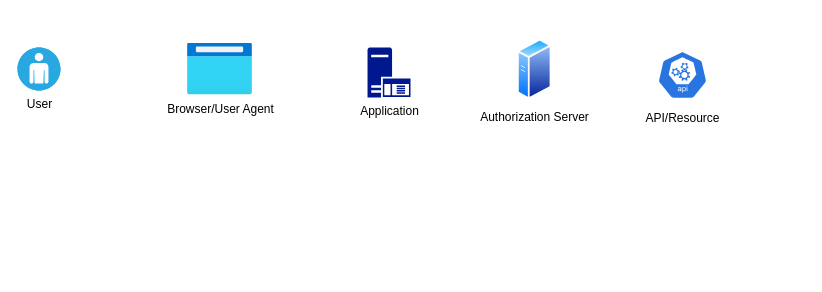
Above: OAuthServerSide.drawio in ccristian/diagrams (draw.io), before the change. Source tidied: cells renumbered, new cells numbered last; positions are measured from the earlier drawing's top-left corner, leaving out a move shared by most shapes. Both pictures are drawn from the tidied source at 100%, with x=0, y=0 at pixel (17, 38).
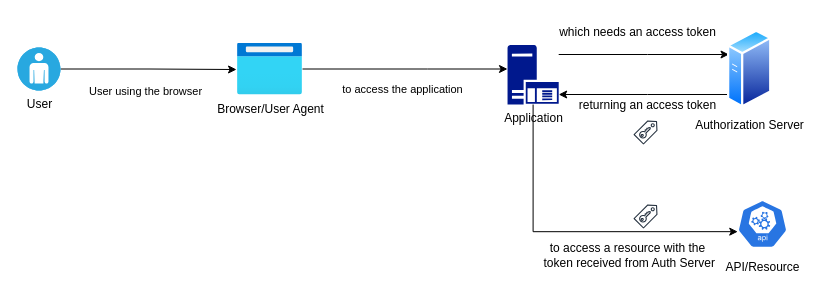
The same diagram, later.

Unchanged cells that the change refers to:
```xml
<mxCell id="3" value="User" style="fillColor=#28A8E0;verticalLabelPosition=bottom;sketch=0;html=1;strokeColor=#ffffff;verticalAlign=top;align=center;points=[[0.145,0.145,0],[0.5,0,0],[0.855,0.145,0],[1,0.5,0],[0.855,0.855,0],[0.5,1,0],[0.145,0.855,0],[0,0.5,0]];shape=mxgraph.cisco_safe.compositeIcon;bgIcon=ellipse;resIcon=mxgraph.cisco_safe.capability.user;" parent="1" vertex="1">
  <mxGeometry y="9" width="43" height="43" as="geometry" />
</mxCell>
```

The edit, as a diff of the source:
```diff
@@
+    <mxCell id="7" value="to access the application" style="edgeStyle=orthogonalEdgeStyle;rounded=0;jettySize=auto;html=1;" parent="1" edge="1" source="2" target="4">
+      <mxGeometry x="-0.02" y="-20" relative="1" as="geometry">
+        <Array as="points">
+          <mxPoint x="410" y="31" />
+          <mxPoint x="410" y="31" />
+        </Array>
+      </mxGeometry>
+    </mxCell>
     <mxCell id="2" value="Browser/User Agent" style="html=1;points=[];align=center;image;fontSize=12;image=img/lib/azure2/general/Browser.svg;" parent="1" vertex="1">
-      <mxGeometry x="170" y="4.5" width="65" height="52" as="geometry" />
+      <mxGeometry x="220" y="4.5" width="65" height="52" as="geometry" />
     </mxCell>
+    <mxCell id="8" style="edgeStyle=orthogonalEdgeStyle;rounded=0;jettySize=auto;html=1;entryX=-0.015;entryY=0.51;entryDx=0;entryDy=0;entryPerimeter=0;" parent="1" edge="1" source="3" target="2">
+      <mxGeometry relative="1" as="geometry" />
+    </mxCell>
+    <mxCell id="9" value="User using the browser" style="edgeLabel;html=1;align=center;verticalAlign=middle;" parent="8" vertex="1">
+      <mxGeometry x="-0.48" y="3" relative="1" as="geometry">
+        <mxPoint x="38" y="25" as="offset" />
+      </mxGeometry>
+    </mxCell>
@@
+    <mxCell id="10" style="edgeStyle=orthogonalEdgeStyle;rounded=0;jettySize=auto;html=1;" parent="1" edge="1" source="4" target="5">
+      <mxGeometry relative="1" as="geometry">
+        <Array as="points">
+          <mxPoint x="630" y="16" />
+          <mxPoint x="630" y="16" />
+        </Array>
+      </mxGeometry>
+    </mxCell>
+    <mxCell id="11" style="edgeStyle=orthogonalEdgeStyle;rounded=0;jettySize=auto;html=1;entryX=0.005;entryY=0.63;entryDx=0;entryDy=0;entryPerimeter=0;" parent="1" edge="1" source="4" target="6">
+      <mxGeometry relative="1" as="geometry">
+        <Array as="points">
+          <mxPoint x="516" y="193" />
+        </Array>
+      </mxGeometry>
+    </mxCell>
     <mxCell id="4" value="Application" style="sketch=0;shadow=0;dashed=0;html=1;strokeColor=none;labelPosition=center;verticalLabelPosition=bottom;verticalAlign=top;align=center;fillColor=#00188D;shape=mxgraph.mscae.enterprise.application_server;" parent="1" vertex="1">
-      <mxGeometry x="350" y="9" width="43" height="50" as="geometry" />
+      <mxGeometry x="490" y="6.5" width="51.2" height="59.5" as="geometry" />
     </mxCell>
+    <mxCell id="12" style="edgeStyle=orthogonalEdgeStyle;rounded=0;jettySize=auto;html=1;" parent="1" edge="1" source="5" target="4">
+      <mxGeometry relative="1" as="geometry">
+        <Array as="points">
+          <mxPoint x="630" y="56" />
+          <mxPoint x="630" y="56" />
+        </Array>
+      </mxGeometry>
+    </mxCell>
     <mxCell id="5" value="Authorization Server" style="perimeter=ellipsePerimeter;html=1;align=center;shadow=0;dashed=0;spacingTop=3;image;image=img/lib/active_directory/generic_server.svg;" parent="1" vertex="1">
-      <mxGeometry x="500" y="0.2" width="34.4" height="61.5" as="geometry" />
+      <mxGeometry x="710" y="-9.2" width="44.4" height="79.4" as="geometry" />
     </mxCell>
     <mxCell id="6" value="API/Resource" style="sketch=0;html=1;dashed=0;whitespace=wrap;fillColor=#2875E2;strokeColor=#ffffff;points=[[0.005,0.63,0],[0.1,0.2,0],[0.9,0.2,0],[0.5,0,0],[0.995,0.63,0],[0.72,0.99,0],[0.5,1,0],[0.28,0.99,0]];verticalLabelPosition=bottom;align=center;verticalAlign=top;shape=mxgraph.kubernetes.icon;prIcon=api;" parent="1" vertex="1">
-      <mxGeometry x="640" y="7" width="50" height="59" as="geometry" />
+      <mxGeometry x="720" y="156" width="50" height="59" as="geometry" />
     </mxCell>
+    <mxCell id="13" value="which needs an access token" style="text;html=1;align=center;verticalAlign=middle;strokeColor=none;fillColor=none;" parent="1" vertex="1">
+      <mxGeometry x="530" y="-21" width="180" height="30" as="geometry" />
+    </mxCell>
+    <mxCell id="14" value="returning an access token" style="text;html=1;align=center;verticalAlign=middle;strokeColor=none;fillColor=none;" parent="1" vertex="1">
+      <mxGeometry x="550" y="52" width="160" height="30" as="geometry" />
+    </mxCell>
+    <mxCell id="15" style="sketch=0;fontColor=#232F3E;gradientColor=none;fillColor=#232F3D;strokeColor=none;dashed=0;verticalLabelPosition=bottom;verticalAlign=top;align=center;html=1;fontSize=12;fontStyle=0;shape=mxgraph.aws4.saml_token;" parent="1" vertex="1">
+      <mxGeometry x="616" y="82" width="24" height="24" as="geometry" />
+    </mxCell>
+    <mxCell id="16" value="to access a resource with the&lt;br&gt;&amp;nbsp;token received from Auth Server" style="text;html=1;align=center;verticalAlign=middle;strokeColor=none;fillColor=none;" parent="1" vertex="1">
+      <mxGeometry x="510" y="197" width="200" height="40" as="geometry" />
+    </mxCell>
+    <mxCell id="17" style="sketch=0;fontColor=#232F3E;gradientColor=none;fillColor=#232F3D;strokeColor=none;dashed=0;verticalLabelPosition=bottom;verticalAlign=top;align=center;html=1;fontSize=12;fontStyle=0;shape=mxgraph.aws4.saml_token;" parent="1" vertex="1">
+      <mxGeometry x="616" y="166" width="24" height="24" as="geometry" />
+    </mxCell>
```
